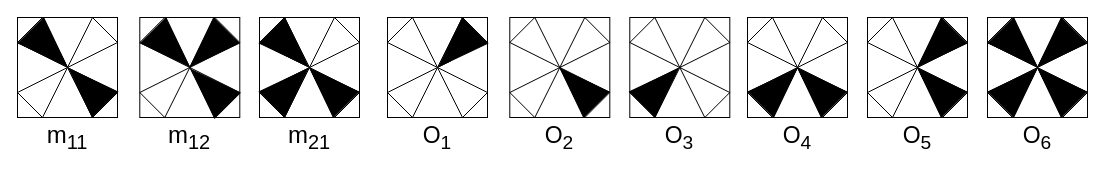
Above: pic/input_RE.drawio in Yang-Yuan/raven-extension (draw.io), before the change. Source tidied: cells renumbered, new cells numbered last; positions are measured from the earlier drawing's top-left corner, leaving out a move shared by most shapes. Both pictures are drawn from the tidied source at 100%, with x=0, y=0 at pixel (17, 17).
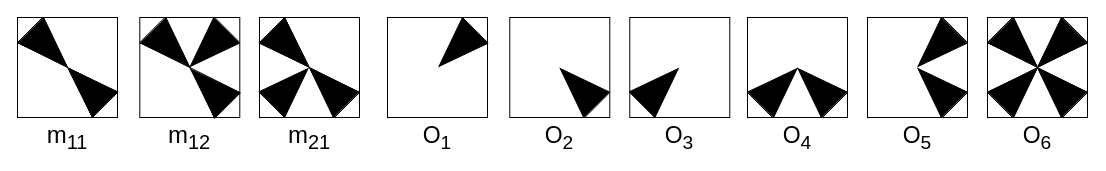
The same page after the edit.

The change refers to these unchanged cells:
```xml
<mxCell id="3" style="group;" parent="2" vertex="1">
  <mxGeometry width="100.3" height="100" as="geometry" />
</mxCell>
<mxCell id="4" style="whiteSpace=wrap;html=1;fillColor=none;" parent="3" vertex="1">
  <mxGeometry width="100" height="100" as="geometry" />
</mxCell>
<mxCell id="13" style="triangle;whiteSpace=wrap;html=1;fillColor=#000000;rotation=135;" parent="3" vertex="1">
  <mxGeometry x="44" y="13" width="51" height="36" as="geometry" />
</mxCell>
<mxCell id="16" style="group;" parent="15" vertex="1">
  <mxGeometry width="100" height="100" as="geometry" />
</mxCell>
<mxCell id="17" style="whiteSpace=wrap;html=1;fillColor=none;" parent="16" vertex="1">
  <mxGeometry width="100" height="100" as="geometry" />
</mxCell>
<mxCell id="28" style="group;" parent="27" vertex="1">
  <mxGeometry width="100.3" height="100" as="geometry" />
</mxCell>
<mxCell id="29" style="whiteSpace=wrap;html=1;fillColor=none;" parent="28" vertex="1">
  <mxGeometry x="0.3" width="100" height="100" as="geometry" />
</mxCell>
<mxCell id="40" style="group;" parent="39" vertex="1">
  <mxGeometry width="100" height="100" as="geometry" />
</mxCell>
<mxCell id="41" style="whiteSpace=wrap;html=1;fillColor=none;" parent="40" vertex="1">
  <mxGeometry width="100" height="100" as="geometry" />
</mxCell>
<mxCell id="53" style="group;" parent="52" vertex="1">
  <mxGeometry width="100" height="100" as="geometry" />
</mxCell>
<mxCell id="54" style="whiteSpace=wrap;html=1;fillColor=none;" parent="53" vertex="1">
  <mxGeometry width="100" height="100" as="geometry" />
</mxCell>
<mxCell id="81" style="group;" parent="80" vertex="1">
  <mxGeometry width="100" height="100" as="geometry" />
</mxCell>
<mxCell id="82" style="whiteSpace=wrap;html=1;fillColor=none;" parent="81" vertex="1">
  <mxGeometry width="100" height="100" as="geometry" />
</mxCell>
<mxCell id="94" style="group;" parent="93" vertex="1">
  <mxGeometry width="100" height="100" as="geometry" />
</mxCell>
<mxCell id="95" style="whiteSpace=wrap;html=1;fillColor=none;" parent="94" vertex="1">
  <mxGeometry width="100" height="100" as="geometry" />
</mxCell>
<mxCell id="108" style="group;" parent="107" vertex="1">
  <mxGeometry width="100.3" height="100" as="geometry" />
</mxCell>
<mxCell id="109" style="whiteSpace=wrap;html=1;fillColor=none;" parent="108" vertex="1">
  <mxGeometry x="0.3" width="100" height="100" as="geometry" />
</mxCell>
```

Change to the diagram source:
```diff
@@
-    <mxCell id="6" style="endArrow=none;html=1;entryX=1;entryY=0.75;entryDx=0;entryDy=0;exitX=0.75;exitY=1;exitDx=0;exitDy=0;" parent="3" edge="1" source="4" target="4">
-      <mxGeometry relative="1" as="geometry" />
-    </mxCell>
-    <mxCell id="7" style="endArrow=none;html=1;entryX=0.25;entryY=1;entryDx=0;entryDy=0;exitX=0;exitY=0.75;exitDx=0;exitDy=0;" parent="3" edge="1" source="4" target="4">
-      <mxGeometry relative="1" as="geometry" />
-    </mxCell>
-    <mxCell id="8" style="endArrow=none;html=1;entryX=0.25;entryY=0;entryDx=0;entryDy=0;exitX=0;exitY=0.25;exitDx=0;exitDy=0;" parent="3" edge="1" source="4" target="4">
-      <mxGeometry relative="1" as="geometry" />
-    </mxCell>
@@
-    <mxCell id="10" style="endArrow=none;html=1;entryX=0.75;entryY=0;entryDx=0;entryDy=0;exitX=0.25;exitY=1;exitDx=0;exitDy=0;" parent="3" edge="1" source="4" target="4">
-      <mxGeometry relative="1" as="geometry" />
-    </mxCell>
-    <mxCell id="11" style="endArrow=none;html=1;entryX=0.25;entryY=0;entryDx=0;entryDy=0;exitX=0.75;exitY=1;exitDx=0;exitDy=0;" parent="3" edge="1" source="4" target="4">
-      <mxGeometry relative="1" as="geometry" />
-    </mxCell>
-    <mxCell id="12" style="endArrow=none;html=1;entryX=0;entryY=0.25;entryDx=0;entryDy=0;exitX=1;exitY=0.75;exitDx=0;exitDy=0;" parent="3" edge="1" source="4" target="4">
-      <mxGeometry relative="1" as="geometry" />
-    </mxCell>
@@
-    <mxCell id="14" style="endArrow=none;html=1;entryX=1;entryY=0.25;entryDx=0;entryDy=0;exitX=0;exitY=0.75;exitDx=0;exitDy=0;" parent="3" edge="1" source="4" target="13">
-      <mxGeometry relative="1" as="geometry" />
-    </mxCell>
@@
-    <mxCell id="18" style="endArrow=none;html=1;entryX=1;entryY=0.25;entryDx=0;entryDy=0;exitX=0.75;exitY=0;exitDx=0;exitDy=0;" parent="16" edge="1" source="17" target="17">
-      <mxGeometry relative="1" as="geometry" />
-    </mxCell>
@@
-    <mxCell id="20" style="endArrow=none;html=1;entryX=0.25;entryY=1;entryDx=0;entryDy=0;exitX=0;exitY=0.75;exitDx=0;exitDy=0;" parent="16" edge="1" source="17" target="17">
-      <mxGeometry relative="1" as="geometry" />
-    </mxCell>
-    <mxCell id="21" style="endArrow=none;html=1;entryX=0.25;entryY=0;entryDx=0;entryDy=0;exitX=0;exitY=0.25;exitDx=0;exitDy=0;" parent="16" edge="1" source="17" target="17">
-      <mxGeometry relative="1" as="geometry" />
-    </mxCell>
-    <mxCell id="22" style="endArrow=none;html=1;entryX=1;entryY=0.25;entryDx=0;entryDy=0;exitX=0;exitY=0.75;exitDx=0;exitDy=0;" parent="16" edge="1" source="17" target="17">
-      <mxGeometry relative="1" as="geometry" />
-    </mxCell>
-    <mxCell id="23" style="endArrow=none;html=1;entryX=0.75;entryY=0;entryDx=0;entryDy=0;exitX=0.25;exitY=1;exitDx=0;exitDy=0;" parent="16" edge="1" source="17" target="17">
-      <mxGeometry relative="1" as="geometry" />
-    </mxCell>
-    <mxCell id="24" style="endArrow=none;html=1;entryX=0.25;entryY=0;entryDx=0;entryDy=0;exitX=0.75;exitY=1;exitDx=0;exitDy=0;" parent="16" edge="1" source="17" target="17">
-      <mxGeometry relative="1" as="geometry" />
-    </mxCell>
-    <mxCell id="25" style="endArrow=none;html=1;entryX=0;entryY=0.25;entryDx=0;entryDy=0;exitX=1;exitY=0.75;exitDx=0;exitDy=0;" parent="16" edge="1" source="17" target="17">
-      <mxGeometry relative="1" as="geometry" />
-    </mxCell>
@@
-    <mxCell id="30" style="endArrow=none;html=1;entryX=1;entryY=0.25;entryDx=0;entryDy=0;exitX=0.75;exitY=0;exitDx=0;exitDy=0;" parent="28" edge="1" source="29" target="29">
-      <mxGeometry relative="1" as="geometry" />
-    </mxCell>
-    <mxCell id="31" style="endArrow=none;html=1;entryX=1;entryY=0.75;entryDx=0;entryDy=0;exitX=0.75;exitY=1;exitDx=0;exitDy=0;" parent="28" edge="1" source="29" target="29">
-      <mxGeometry relative="1" as="geometry" />
-    </mxCell>
@@
-    <mxCell id="33" style="endArrow=none;html=1;entryX=0.25;entryY=0;entryDx=0;entryDy=0;exitX=0;exitY=0.25;exitDx=0;exitDy=0;" parent="28" edge="1" source="29" target="29">
-      <mxGeometry relative="1" as="geometry" />
-    </mxCell>
-    <mxCell id="34" style="endArrow=none;html=1;entryX=1;entryY=0.25;entryDx=0;entryDy=0;exitX=0;exitY=0.75;exitDx=0;exitDy=0;" parent="28" edge="1" source="29" target="29">
-      <mxGeometry relative="1" as="geometry" />
-    </mxCell>
-    <mxCell id="35" style="endArrow=none;html=1;entryX=0.75;entryY=0;entryDx=0;entryDy=0;exitX=0.25;exitY=1;exitDx=0;exitDy=0;" parent="28" edge="1" source="29" target="29">
-      <mxGeometry relative="1" as="geometry" />
-    </mxCell>
-    <mxCell id="36" style="endArrow=none;html=1;entryX=0.25;entryY=0;entryDx=0;entryDy=0;exitX=0.75;exitY=1;exitDx=0;exitDy=0;" parent="28" edge="1" source="29" target="29">
-      <mxGeometry relative="1" as="geometry" />
-    </mxCell>
-    <mxCell id="37" style="endArrow=none;html=1;entryX=0;entryY=0.25;entryDx=0;entryDy=0;exitX=1;exitY=0.75;exitDx=0;exitDy=0;" parent="28" edge="1" source="29" target="29">
-      <mxGeometry relative="1" as="geometry" />
-    </mxCell>
@@
-    <mxCell id="42" style="endArrow=none;html=1;entryX=1;entryY=0.25;entryDx=0;entryDy=0;exitX=0.75;exitY=0;exitDx=0;exitDy=0;" parent="40" edge="1" source="41" target="41">
-      <mxGeometry relative="1" as="geometry" />
-    </mxCell>
@@
-    <mxCell id="45" style="endArrow=none;html=1;entryX=0.25;entryY=0;entryDx=0;entryDy=0;exitX=0;exitY=0.25;exitDx=0;exitDy=0;" parent="40" edge="1" source="41" target="41">
-      <mxGeometry relative="1" as="geometry" />
-    </mxCell>
-    <mxCell id="46" style="endArrow=none;html=1;entryX=1;entryY=0.25;entryDx=0;entryDy=0;exitX=0;exitY=0.75;exitDx=0;exitDy=0;" parent="40" edge="1" source="41" target="41">
-      <mxGeometry relative="1" as="geometry" />
-    </mxCell>
-    <mxCell id="47" style="endArrow=none;html=1;entryX=0.75;entryY=0;entryDx=0;entryDy=0;exitX=0.25;exitY=1;exitDx=0;exitDy=0;" parent="40" edge="1" source="41" target="41">
-      <mxGeometry relative="1" as="geometry" />
-    </mxCell>
-    <mxCell id="48" style="endArrow=none;html=1;entryX=0.25;entryY=0;entryDx=0;entryDy=0;exitX=0.75;exitY=1;exitDx=0;exitDy=0;" parent="40" edge="1" source="41" target="41">
-      <mxGeometry relative="1" as="geometry" />
-    </mxCell>
-    <mxCell id="49" style="endArrow=none;html=1;entryX=0;entryY=0.25;entryDx=0;entryDy=0;exitX=1;exitY=0.75;exitDx=0;exitDy=0;" parent="40" edge="1" source="41" target="41">
-      <mxGeometry relative="1" as="geometry" />
-    </mxCell>
@@
-    <mxCell id="57" style="endArrow=none;html=1;entryX=0.25;entryY=1;entryDx=0;entryDy=0;exitX=0;exitY=0.75;exitDx=0;exitDy=0;" parent="53" edge="1" source="54" target="54">
-      <mxGeometry relative="1" as="geometry" />
-    </mxCell>
-    <mxCell id="58" style="endArrow=none;html=1;entryX=0.25;entryY=0;entryDx=0;entryDy=0;exitX=0;exitY=0.25;exitDx=0;exitDy=0;" parent="53" edge="1" source="54" target="54">
-      <mxGeometry relative="1" as="geometry" />
-    </mxCell>
-    <mxCell id="59" style="endArrow=none;html=1;entryX=1;entryY=0.25;entryDx=0;entryDy=0;exitX=0;exitY=0.75;exitDx=0;exitDy=0;" parent="53" edge="1" source="54" target="54">
-      <mxGeometry relative="1" as="geometry" />
-    </mxCell>
-    <mxCell id="60" style="endArrow=none;html=1;entryX=0.75;entryY=0;entryDx=0;entryDy=0;exitX=0.25;exitY=1;exitDx=0;exitDy=0;" parent="53" edge="1" source="54" target="54">
-      <mxGeometry relative="1" as="geometry" />
-    </mxCell>
-    <mxCell id="61" style="endArrow=none;html=1;entryX=0.25;entryY=0;entryDx=0;entryDy=0;exitX=0.75;exitY=1;exitDx=0;exitDy=0;" parent="53" edge="1" source="54" target="54">
-      <mxGeometry relative="1" as="geometry" />
-    </mxCell>
-    <mxCell id="62" style="endArrow=none;html=1;entryX=0;entryY=0.25;entryDx=0;entryDy=0;exitX=1;exitY=0.75;exitDx=0;exitDy=0;" parent="53" edge="1" source="54" target="54">
-      <mxGeometry relative="1" as="geometry" />
-    </mxCell>
@@
-    <mxCell id="83" style="endArrow=none;html=1;entryX=1;entryY=0.25;entryDx=0;entryDy=0;exitX=0.75;exitY=0;exitDx=0;exitDy=0;" parent="81" edge="1" source="82" target="82">
-      <mxGeometry relative="1" as="geometry" />
-    </mxCell>
@@
-    <mxCell id="85" style="endArrow=none;html=1;entryX=0.25;entryY=1;entryDx=0;entryDy=0;exitX=0;exitY=0.75;exitDx=0;exitDy=0;" parent="81" edge="1" source="82" target="82">
-      <mxGeometry relative="1" as="geometry" />
-    </mxCell>
@@
-    <mxCell id="87" style="endArrow=none;html=1;entryX=1;entryY=0.25;entryDx=0;entryDy=0;exitX=0;exitY=0.75;exitDx=0;exitDy=0;" parent="81" edge="1" source="82" target="82">
-      <mxGeometry relative="1" as="geometry" />
-    </mxCell>
-    <mxCell id="88" style="endArrow=none;html=1;entryX=0.75;entryY=0;entryDx=0;entryDy=0;exitX=0.25;exitY=1;exitDx=0;exitDy=0;" parent="81" edge="1" source="82" target="82">
-      <mxGeometry relative="1" as="geometry" />
-    </mxCell>
@@
-    <mxCell id="98" style="endArrow=none;html=1;entryX=0.25;entryY=1;entryDx=0;entryDy=0;exitX=0;exitY=0.75;exitDx=0;exitDy=0;" parent="94" edge="1" source="95" target="95">
-      <mxGeometry relative="1" as="geometry" />
-    </mxCell>
@@
-    <mxCell id="100" style="endArrow=none;html=1;entryX=1;entryY=0.25;entryDx=0;entryDy=0;exitX=0;exitY=0.75;exitDx=0;exitDy=0;" parent="94" edge="1" source="95" target="95">
-      <mxGeometry relative="1" as="geometry" />
-    </mxCell>
-    <mxCell id="101" style="endArrow=none;html=1;entryX=0.75;entryY=0;entryDx=0;entryDy=0;exitX=0.25;exitY=1;exitDx=0;exitDy=0;" parent="94" edge="1" source="95" target="95">
-      <mxGeometry relative="1" as="geometry" />
-    </mxCell>
@@
-    <mxCell id="110" style="endArrow=none;html=1;entryX=1;entryY=0.25;entryDx=0;entryDy=0;exitX=0.75;exitY=0;exitDx=0;exitDy=0;" parent="108" edge="1" source="109" target="109">
-      <mxGeometry relative="1" as="geometry" />
-    </mxCell>
@@
-    <mxCell id="114" style="endArrow=none;html=1;entryX=1;entryY=0.25;entryDx=0;entryDy=0;exitX=0;exitY=0.75;exitDx=0;exitDy=0;" parent="108" edge="1" source="109" target="109">
-      <mxGeometry relative="1" as="geometry" />
-    </mxCell>
-    <mxCell id="115" style="endArrow=none;html=1;entryX=0.75;entryY=0;entryDx=0;entryDy=0;exitX=0.25;exitY=1;exitDx=0;exitDy=0;" parent="108" edge="1" source="109" target="109">
-      <mxGeometry relative="1" as="geometry" />
-    </mxCell>
```
